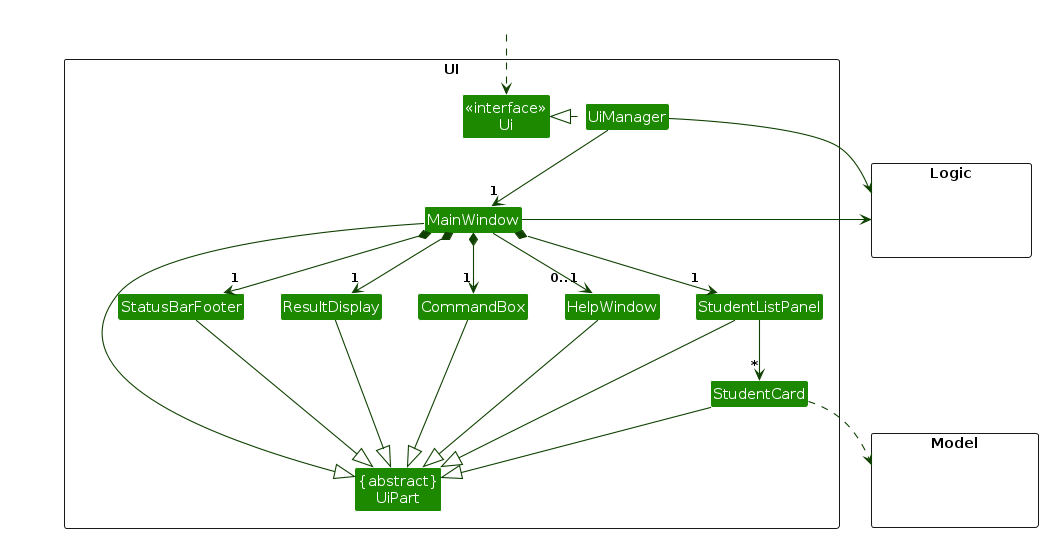
This is diagrams/UiClassDiagram.png from AY2627S1-CS2103T-T13-4/tp, a PlantUML export, as it was before one commit. Its source is kept beside it as diagrams/UiClassDiagram.puml. The source it was exported from:
```plantuml
@startuml
!include style.puml
skinparam arrowThickness 1.1
skinparam arrowColor UI_COLOR_T4
skinparam classBackgroundColor UI_COLOR

package UI <<Rectangle>>{
Class "<<interface>>\nUi" as Ui
Class "{abstract}\nUiPart" as UiPart
Class UiManager
Class MainWindow
Class HelpWindow
Class ResultDisplay
Class StudentListPanel
Class StudentCard
Class StatusBarFooter
Class CommandBox
}

package Model <<Rectangle>> {
Class HiddenModel #FFFFFF
}

package Logic <<Rectangle>> {
Class HiddenLogic #FFFFFF
}

Class HiddenOutside #FFFFFF
HiddenOutside ..> Ui

UiManager .left.|> Ui
UiManager -down-> "1" MainWindow
MainWindow *-down->  "1" CommandBox
MainWindow *-down-> "1" ResultDisplay
MainWindow *-down-> "1" StudentListPanel
MainWindow *-down-> "1" StatusBarFooter
MainWindow --> "0..1" HelpWindow

StudentListPanel -down-> "*" StudentCard

MainWindow -left-|> UiPart

ResultDisplay --|> UiPart
CommandBox --|> UiPart
StudentListPanel --|> UiPart
StudentCard --|> UiPart
StatusBarFooter --|> UiPart
HelpWindow --|> UiPart

StudentCard ..> Model
UiManager -right-> Logic
MainWindow -left-> Logic

StudentListPanel -[hidden]left- HelpWindow
HelpWindow -[hidden]left- CommandBox
CommandBox -[hidden]left- ResultDisplay
ResultDisplay -[hidden]left- StatusBarFooter

MainWindow -[hidden]-|> UiPart
@enduml
```
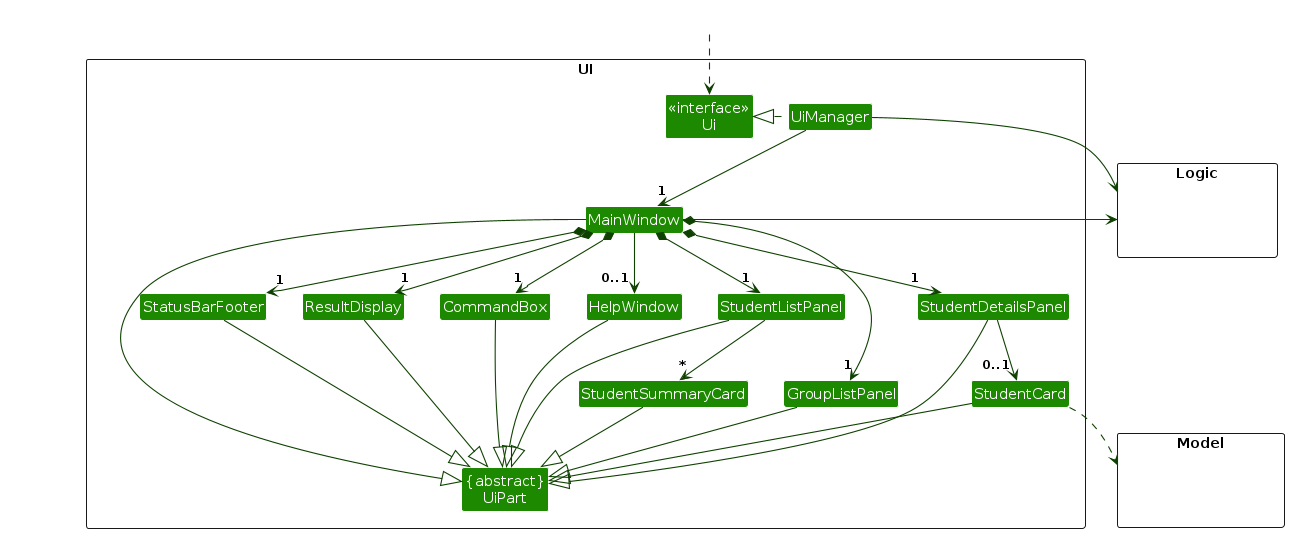
The same diagram one commit later.

The edit, as a diff of the source:
```diff
@@ -12,6 +12,9 @@
 Class HelpWindow
 Class ResultDisplay
 Class StudentListPanel
+Class GroupListPanel
+Class StudentDetailsPanel
+Class StudentSummaryCard
 Class StudentCard
 Class StatusBarFooter
 Class CommandBox
@@ -33,16 +36,22 @@
 MainWindow *-down->  "1" CommandBox
 MainWindow *-down-> "1" ResultDisplay
 MainWindow *-down-> "1" StudentListPanel
+MainWindow *-down-> "1" GroupListPanel
+MainWindow *-down-> "1" StudentDetailsPanel
 MainWindow *-down-> "1" StatusBarFooter
 MainWindow --> "0..1" HelpWindow
 
-StudentListPanel -down-> "*" StudentCard
+StudentListPanel -down-> "*" StudentSummaryCard
+StudentDetailsPanel -down-> "0..1" StudentCard
 
 MainWindow -left-|> UiPart
 
 ResultDisplay --|> UiPart
 CommandBox --|> UiPart
 StudentListPanel --|> UiPart
+GroupListPanel --|> UiPart
+StudentDetailsPanel --|> UiPart
+StudentSummaryCard --|> UiPart
 StudentCard --|> UiPart
 StatusBarFooter --|> UiPart
 HelpWindow --|> UiPart
```
